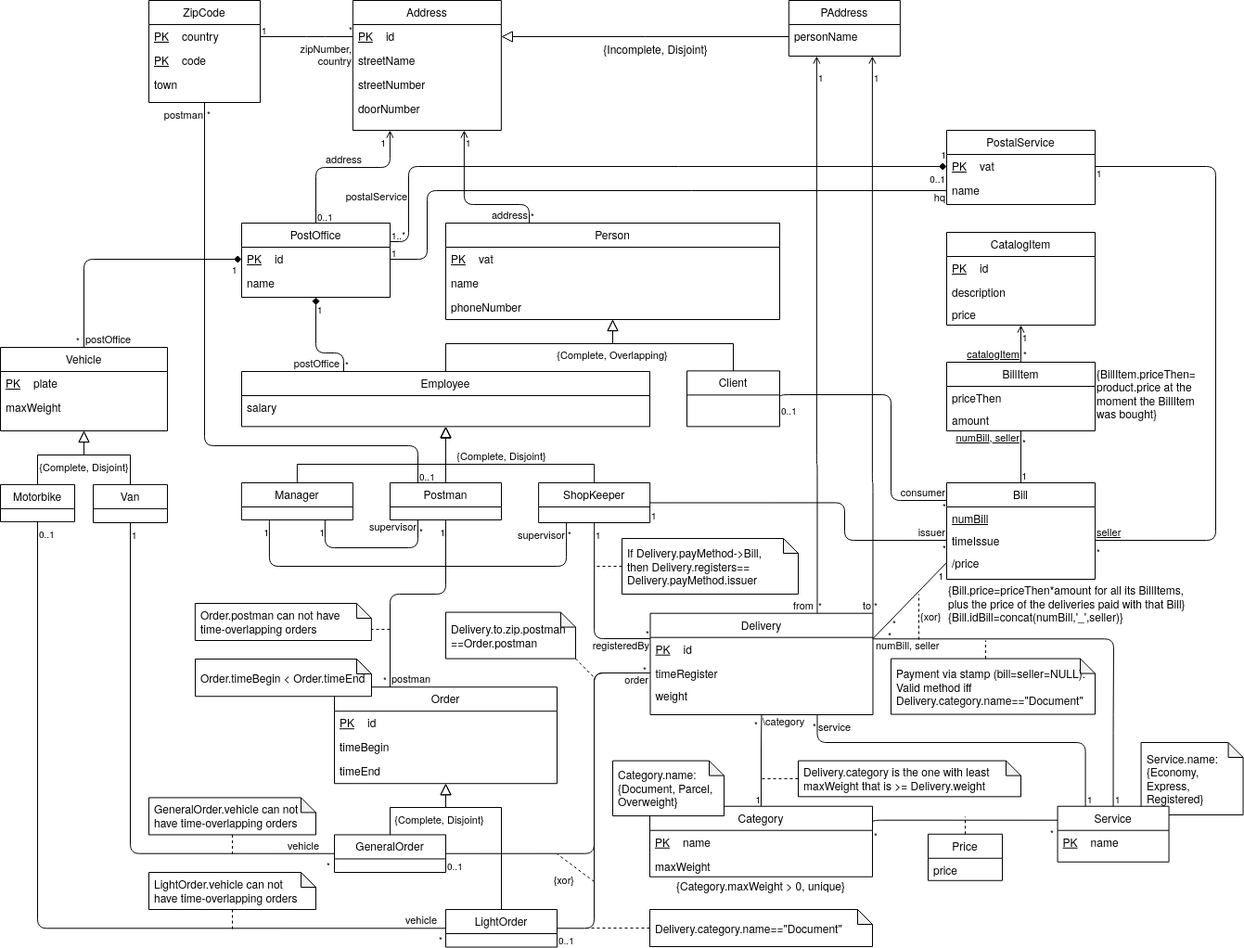
Above: uml2.png in dmfrodrigues/feup-bdad-proj (draw.io), before the change. Source tidied: cells renumbered, new cells last; positions are measured from the earlier drawing's top-left corner, leaving out a move shared by most shapes.
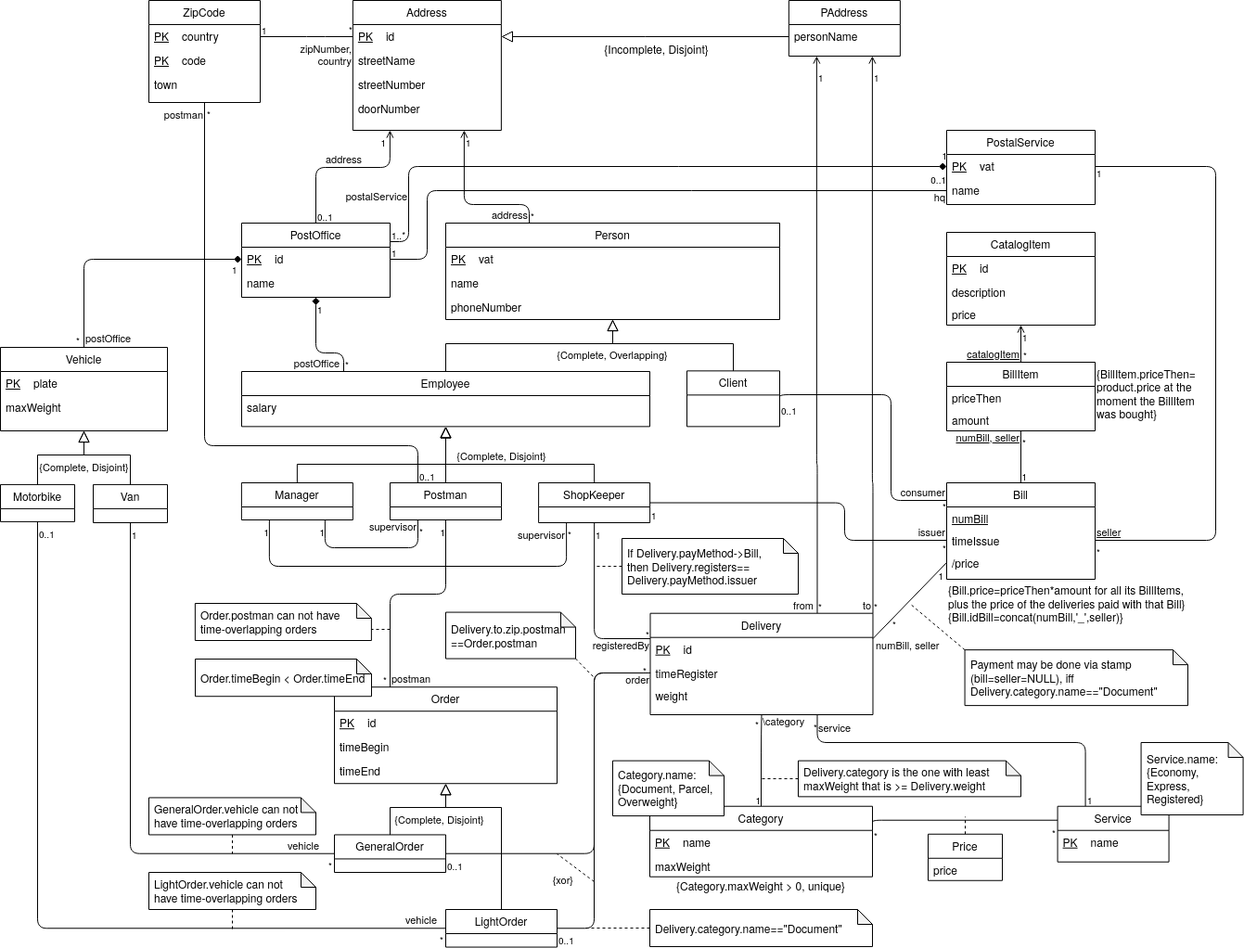
Above is the later version.

The edit, as a diff of the source:
```diff
@@ -357,9 +357,6 @@
     <mxCell id="92" value="&lt;div&gt;Order.timeBegin &amp;lt; Order.timeEnd&lt;/div&gt;" style="shape=note;whiteSpace=wrap;html=1;backgroundOutline=1;darkOpacity=0.05;size=16;align=left;spacingLeft=4;labelBackgroundColor=none;" parent="1" vertex="1">
       <mxGeometry x="210" y="710" width="190" height="40.2" as="geometry" />
     </mxCell>
-    <mxCell id="93" value="&lt;div&gt;Service.name: {Economy, Express, Registered}&lt;/div&gt;" style="shape=note;whiteSpace=wrap;html=1;backgroundOutline=1;darkOpacity=0.05;size=16;align=left;spacingLeft=4;labelBackgroundColor=none;" parent="1" vertex="1">
-      <mxGeometry x="1229.6" y="800" width="110" height="78" as="geometry" />
-    </mxCell>
     <mxCell id="94" value="&lt;div&gt;GeneralOrder.vehicle can not have time-overlapping orders&lt;/div&gt;" style="shape=note;whiteSpace=wrap;html=1;backgroundOutline=1;darkOpacity=0.05;size=16;align=left;spacingLeft=4;labelBackgroundColor=none;" parent="1" vertex="1">
       <mxGeometry x="160" y="859.5" width="180" height="40" as="geometry" />
     </mxCell>
@@ -677,17 +674,6 @@
     <mxCell id="159" value="&lt;div&gt;{Bill.price=priceThen*amount for all its BillItems, plus the price of the deliveries paid with that Bill}&lt;/div&gt;&lt;div&gt;{Bill.idBill=concat(numBill,'_',seller)}&lt;br&gt;&lt;/div&gt;" style="text;html=1;strokeColor=none;fillColor=none;align=left;verticalAlign=middle;whiteSpace=wrap;rounded=0;labelBackgroundColor=none;" parent="1" vertex="1">
       <mxGeometry x="1020" y="620" width="270" height="60" as="geometry" />
     </mxCell>
-    <mxCell id="160" value="*" style="endArrow=none;html=1;edgeStyle=orthogonalEdgeStyle;elbow=vertical;align=left;verticalAlign=bottom;spacingLeft=15;spacingRight=0;spacingBottom=-6;spacingTop=0;exitX=0.5;exitY=0;exitDx=0;exitDy=0;labelBackgroundColor=none;entryX=1.001;entryY=0.061;entryDx=0;entryDy=0;entryPerimeter=0;" parent="1" edge="1" source="182" target="81">
-      <mxGeometry x="1" relative="1" as="geometry">
-        <Array as="points">
-          <mxPoint x="1200" y="780" />
-          <mxPoint x="1200" y="688" />
-        </Array>
-      </mxGeometry>
-    </mxCell>
-    <mxCell id="161" value="1" style="html=1;align=left;verticalAlign=bottom;labelBackgroundColor=none;fontSize=10;" parent="160" vertex="1">
-      <mxGeometry x="-1" relative="1" as="geometry" />
-    </mxCell>
     <mxCell id="162" value="numBill, seller" style="endArrow=none;html=1;elbow=vertical;align=left;verticalAlign=top;spacingLeft=2;spacingRight=0;spacingBottom=0;spacingTop=-6;exitX=1;exitY=0.25;exitDx=0;exitDy=0;labelBackgroundColor=none;entryX=0;entryY=0.5;entryDx=0;entryDy=0;" parent="1" edge="1" source="80" target="110">
       <mxGeometry x="-1" relative="1" as="geometry" />
     </mxCell>
@@ -701,18 +687,12 @@
         <mxPoint x="-10" y="1.1" as="offset" />
       </mxGeometry>
     </mxCell>
-    <mxCell id="165" value="{xor}" style="endArrow=none;dashed=1;html=1;align=left;" parent="1" edge="1">
-      <mxGeometry relative="1" as="geometry">
-        <mxPoint x="990" y="689" as="sourcePoint" />
-        <mxPoint x="990" y="640" as="targetPoint" />
-      </mxGeometry>
-    </mxCell>
-    <mxCell id="166" value="&lt;div&gt;Payment via stamp (bill=seller=NULL). Valid method iff&lt;/div&gt;&lt;div&gt;Delivery.category.name==&quot;Document&quot;&lt;/div&gt;" style="shape=note;whiteSpace=wrap;html=1;backgroundOutline=1;darkOpacity=0.05;size=16;align=left;spacingLeft=4;labelBackgroundColor=none;" parent="1" vertex="1">
-      <mxGeometry x="960" y="709.6" width="220" height="60" as="geometry" />
+    <mxCell id="166" value="&lt;div&gt;Payment may be done via stamp (bill=seller=NULL), iff&lt;/div&gt;&lt;div&gt;Delivery.category.name==&quot;Document&quot;&lt;/div&gt;" style="shape=note;whiteSpace=wrap;html=1;backgroundOutline=1;darkOpacity=0.05;size=16;align=left;spacingLeft=4;labelBackgroundColor=none;" parent="1" vertex="1">
+      <mxGeometry x="1039.6" y="700.1" width="240.4" height="60" as="geometry" />
     </mxCell>
-    <mxCell id="167" style="endArrow=none;dashed=1;html=1;labelBackgroundColor=none;exitX=0;exitY=0;exitDx=102;exitDy=0;exitPerimeter=0;" parent="1" edge="1" source="166">
+    <mxCell id="167" style="endArrow=none;dashed=1;html=1;labelBackgroundColor=none;exitX=0;exitY=0;exitDx=0;exitDy=0;exitPerimeter=0;" parent="1" edge="1" source="166">
       <mxGeometry relative="1" as="geometry">
-        <mxPoint x="1062" y="690" as="targetPoint" />
+        <mxPoint x="980" y="650" as="targetPoint" />
       </mxGeometry>
     </mxCell>
     <mxCell id="168" value="&lt;div&gt;{BillItem.priceThen= product.price at the moment the BillItem was bought}&lt;/div&gt;" style="text;html=1;strokeColor=none;fillColor=none;align=left;verticalAlign=middle;whiteSpace=wrap;rounded=0;labelBackgroundColor=none;" parent="1" vertex="1">
@@ -807,5 +787,8 @@
     <mxCell id="191" value="&lt;div&gt;Category.name: {Document, Parcel, Overweight}&lt;/div&gt;" style="shape=note;whiteSpace=wrap;html=1;backgroundOutline=1;darkOpacity=0.05;size=16;align=left;spacingLeft=4;labelBackgroundColor=none;" parent="1" vertex="1">
       <mxGeometry x="660" y="819.6" width="120" height="59.5" as="geometry" />
     </mxCell>
+    <mxCell id="93" value="&lt;div&gt;Service.name: {Economy, Express, Registered}&lt;/div&gt;" style="shape=note;whiteSpace=wrap;html=1;backgroundOutline=1;darkOpacity=0.05;size=16;align=left;spacingLeft=4;labelBackgroundColor=none;" parent="1" vertex="1">
+      <mxGeometry x="1229.6" y="800" width="110" height="78" as="geometry" />
+    </mxCell>
   </root>
 </mxGraphModel>
```
